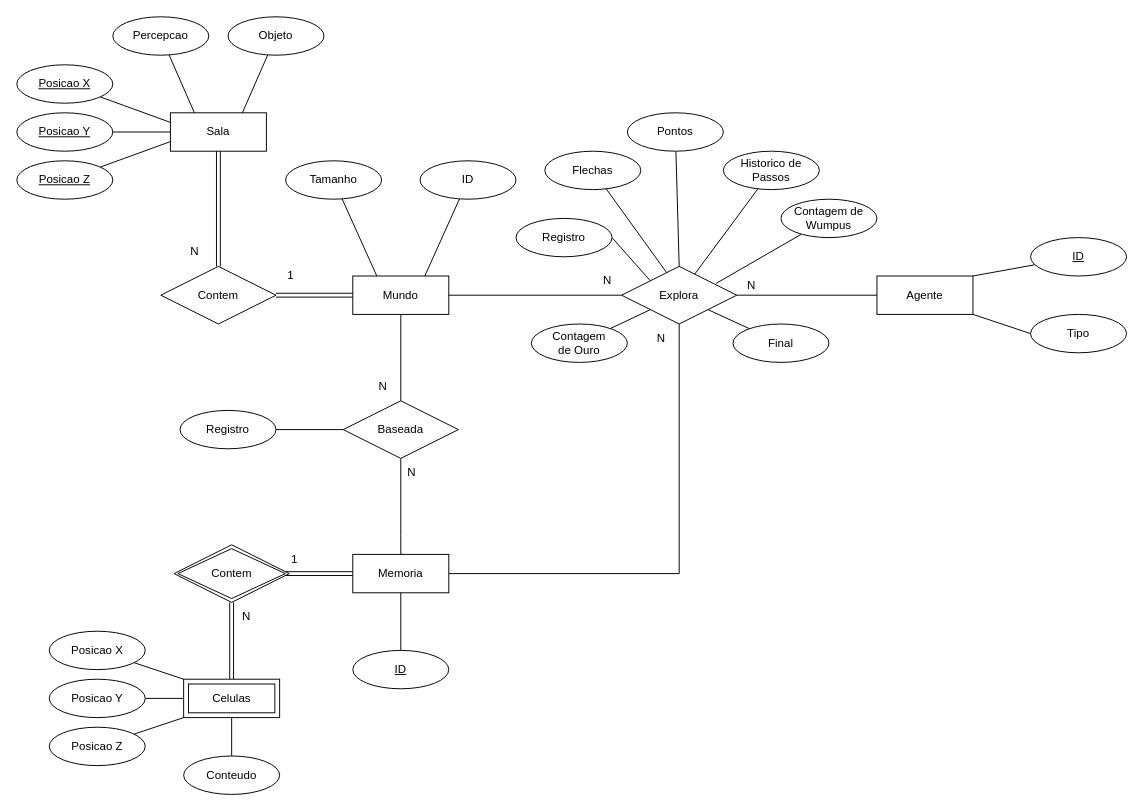
Before: docs/DER.drawio in Johsep06/the-world-of-wumpus-IA, a draw.io diagram. Source tidied: cells renumbered, new cells numbered last; positions are measured from the earlier drawing's top-left corner, leaving out a move shared by most shapes. Both pictures are drawn from the tidied source at 96%, with x=0, y=0 at pixel (16, 16).
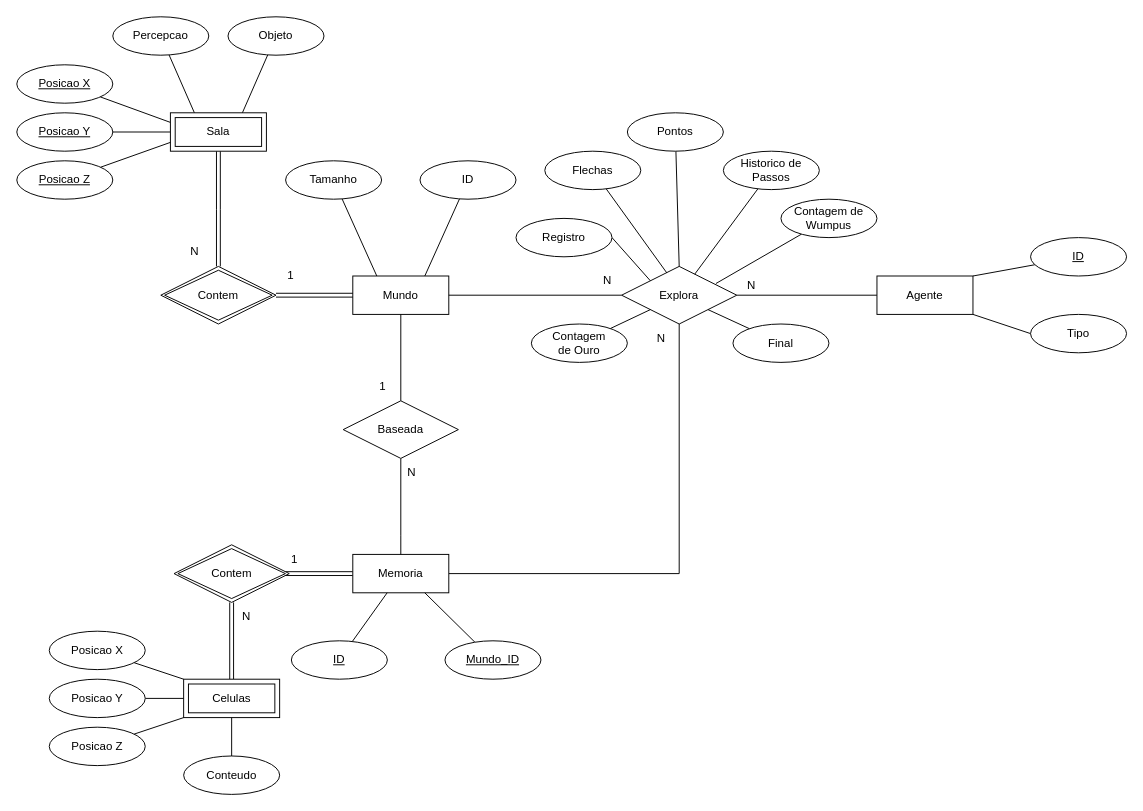
After the change.

The change refers to these unchanged cells:
```xml
<mxCell id="2" value="Mundo" style="whiteSpace=wrap;html=1;align=center;" parent="1" vertex="1">
  <mxGeometry x="350" y="270" width="100" height="40" as="geometry" />
</mxCell>
<mxCell id="8" value="Memoria" style="whiteSpace=wrap;html=1;align=center;" parent="1" vertex="1">
  <mxGeometry x="350" y="560" width="100" height="40" as="geometry" />
</mxCell>
<mxCell id="23" value="Posicao Z" style="ellipse;whiteSpace=wrap;html=1;align=center;fontStyle=4;" parent="1" vertex="1">
  <mxGeometry y="150" width="100" height="40" as="geometry" />
</mxCell>
<mxCell id="48" value="Baseada" style="shape=rhombus;perimeter=rhombusPerimeter;whiteSpace=wrap;html=1;align=center;" parent="1" vertex="1">
  <mxGeometry x="340" y="400" width="120" height="60" as="geometry" />
</mxCell>
```

The edit, as a diff of the source:
```diff
@@
-    <mxCell id="3" value="Sala" style="whiteSpace=wrap;html=1;align=center;" parent="1" vertex="1">
-      <mxGeometry x="160" y="100" width="100" height="40" as="geometry" />
-    </mxCell>
@@
-    <mxCell id="13" style="edgeStyle=orthogonalEdgeStyle;rounded=0;jettySize=auto;html=1;entryX=0;entryY=0.5;entryDx=0;entryDy=0;endArrow=none;startFill=0;shape=link;" parent="1" edge="1" source="15" target="2">
+    <mxCell id="13" style="edgeStyle=orthogonalEdgeStyle;rounded=0;jettySize=auto;html=1;entryX=0;entryY=0.5;entryDx=0;entryDy=0;endArrow=none;startFill=0;shape=link;exitX=1;exitY=0.5;exitDx=0;exitDy=0;" parent="1" edge="1" source="15" target="2">
       <mxGeometry relative="1" as="geometry" />
     </mxCell>
-    <mxCell id="14" style="edgeStyle=orthogonalEdgeStyle;rounded=0;jettySize=auto;html=1;entryX=0.5;entryY=1;entryDx=0;entryDy=0;endArrow=none;startFill=0;shape=link;" parent="1" edge="1" source="15" target="3">
-      <mxGeometry relative="1" as="geometry" />
+    <mxCell id="14" style="edgeStyle=orthogonalEdgeStyle;rounded=0;jettySize=auto;html=1;entryX=0.5;entryY=1;entryDx=0;entryDy=0;endArrow=none;startFill=0;shape=link;exitX=0.5;exitY=0;exitDx=0;exitDy=0;" parent="1" edge="1" source="15">
+      <mxGeometry relative="1" as="geometry">
+        <mxPoint x="210" y="140" as="targetPoint" />
+      </mxGeometry>
     </mxCell>
-    <mxCell id="15" value="Contem" style="shape=rhombus;perimeter=rhombusPerimeter;whiteSpace=wrap;html=1;align=center;" parent="1" vertex="1">
-      <mxGeometry x="150" y="260" width="120" height="60" as="geometry" />
-    </mxCell>
@@
-    <mxCell id="22" style="rounded=0;jettySize=auto;html=1;entryX=0;entryY=0.75;entryDx=0;entryDy=0;endArrow=none;startFill=0;" parent="1" edge="1" source="23" target="3">
+    <mxCell id="22" style="rounded=0;jettySize=auto;html=1;entryX=0.023;entryY=0.75;entryDx=0;entryDy=0;endArrow=none;startFill=0;entryPerimeter=0;" parent="1" edge="1" source="23" target="3">
       <mxGeometry relative="1" as="geometry" />
     </mxCell>
@@
-    <mxCell id="49" value="N" style="text;html=1;align=center;verticalAlign=middle;strokeColor=none;fillColor=none;" parent="1" vertex="1">
+    <mxCell id="49" value="1" style="text;html=1;align=center;verticalAlign=middle;strokeColor=none;fillColor=none;" parent="1" vertex="1">
       <mxGeometry x="366" y="370" width="30" height="30" as="geometry" />
     </mxCell>
@@
     <mxCell id="53" value="ID" style="ellipse;whiteSpace=wrap;html=1;align=center;fontStyle=4;" parent="1" vertex="1">
-      <mxGeometry x="350" y="660" width="100" height="40" as="geometry" />
+      <mxGeometry x="286" y="650" width="100" height="40" as="geometry" />
     </mxCell>
@@
-    <mxCell id="71" style="edgeStyle=orthogonalEdgeStyle;rounded=0;jettySize=auto;html=1;entryX=0;entryY=0.5;entryDx=0;entryDy=0;endArrow=none;startFill=0;" parent="1" edge="1" source="72" target="48">
-      <mxGeometry relative="1" as="geometry" />
-    </mxCell>
-    <mxCell id="72" value="Registro" style="ellipse;whiteSpace=wrap;html=1;align=center;" parent="1" vertex="1">
-      <mxGeometry x="170" y="410" width="100" height="40" as="geometry" />
-    </mxCell>
+    <mxCell id="3" value="Sala" style="shape=ext;margin=3;double=1;whiteSpace=wrap;html=1;align=center;" parent="1" vertex="1">
+      <mxGeometry x="160" y="100" width="100" height="40" as="geometry" />
+    </mxCell>
+    <mxCell id="15" value="Contem" style="shape=rhombus;double=1;perimeter=rhombusPerimeter;whiteSpace=wrap;html=1;align=center;" parent="1" vertex="1">
+      <mxGeometry x="150" y="260" width="120" height="60" as="geometry" />
+    </mxCell>
+    <mxCell id="73" style="rounded=0;jettySize=auto;html=1;entryX=0.75;entryY=1;entryDx=0;entryDy=0;endArrow=none;startFill=0;" parent="1" edge="1" source="74" target="8">
+      <mxGeometry relative="1" as="geometry" />
+    </mxCell>
+    <mxCell id="74" value="Mundo_ID" style="ellipse;whiteSpace=wrap;html=1;align=center;fontStyle=4;" parent="1" vertex="1">
+      <mxGeometry x="446" y="650" width="100" height="40" as="geometry" />
+    </mxCell>
```
